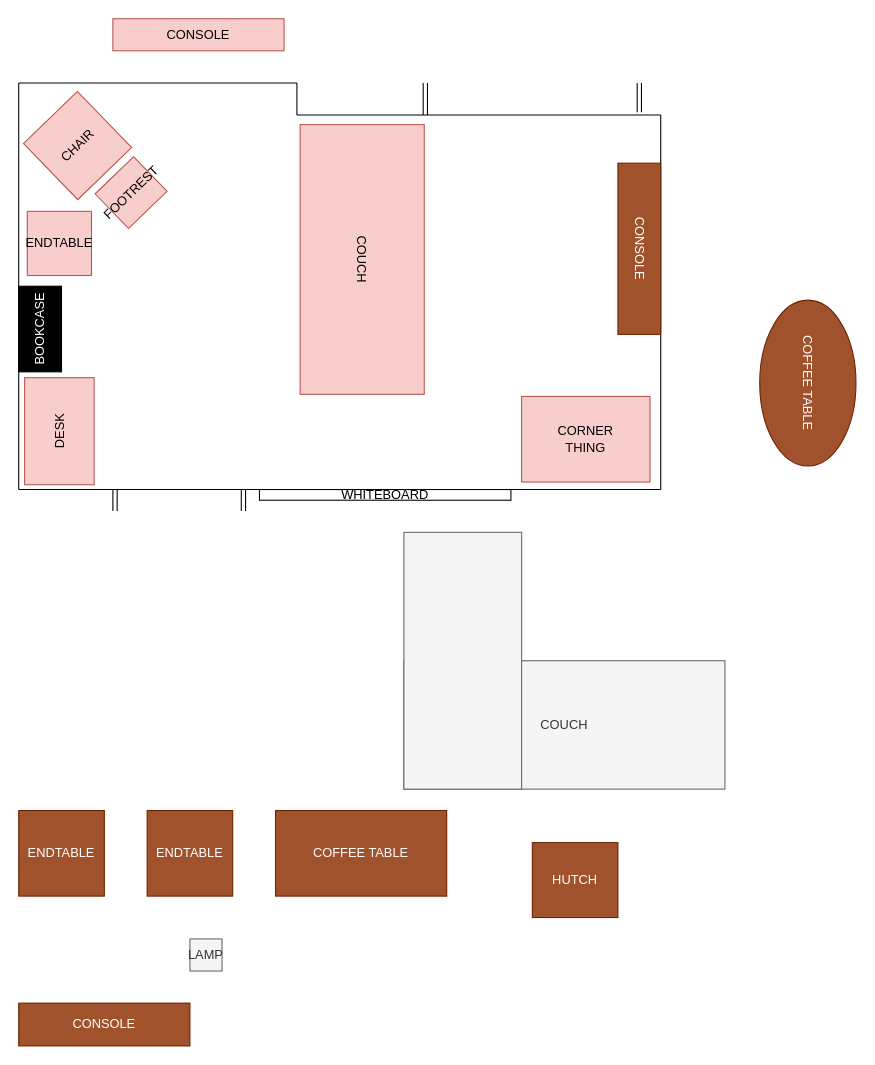
rubenflamshepherd/floorplan_livingroom keeps this draw.io diagram as alternative.drawio. Above is the earlier version. Source tidied: cells renumbered, new cells numbered last; positions are measured from the earlier drawing's top-left corner, leaving out a move shared by most shapes. Both pictures are drawn from the tidied source at 107%, with x=0, y=0 at pixel (-3, 18).
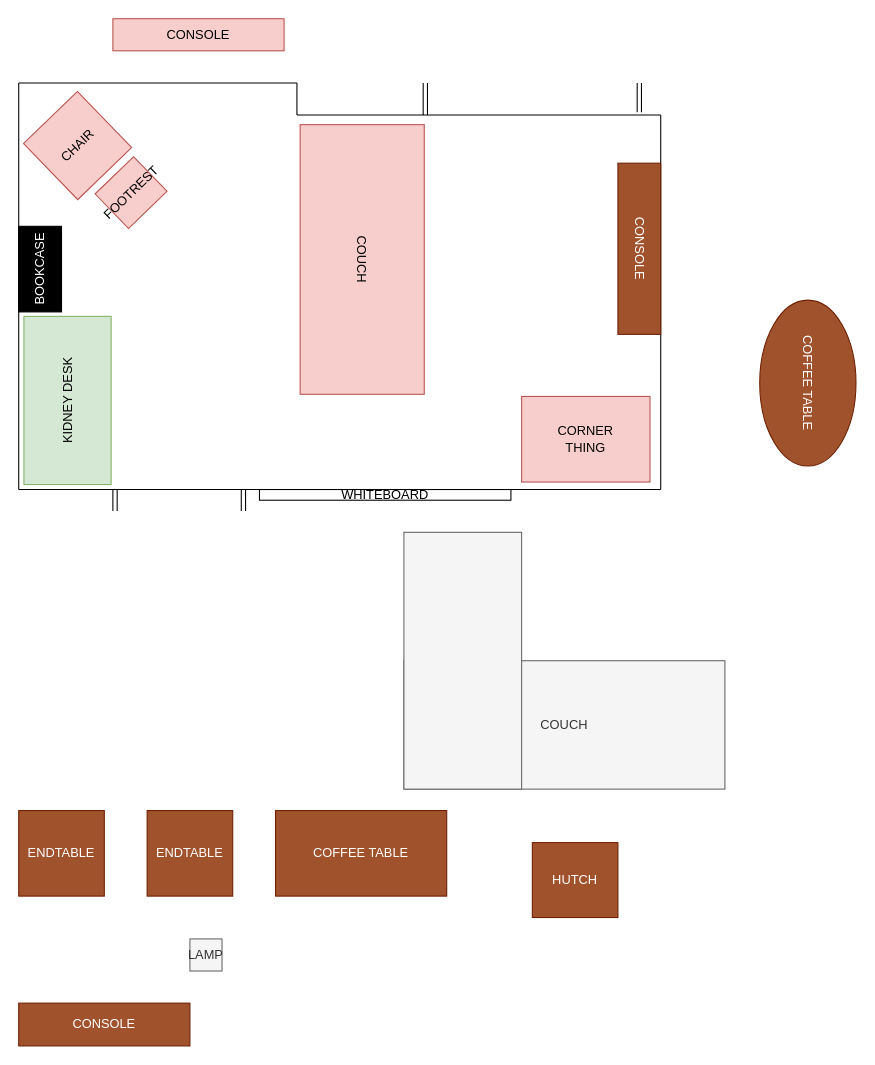
After the change.

The change refers to these unchanged cells:
```xml
<mxCell id="2" style="group;" parent="1" vertex="1">
  <mxGeometry x="20" y="60" width="650" height="530" as="geometry" />
</mxCell>
```

Diff of the diagram source:
```diff
@@
-    <mxCell id="16" value="DESK" style="rounded=0;whiteSpace=wrap;html=1;fillColor=#f8cecc;strokeColor=#b85450;rotation=-90;" parent="2" vertex="1">
-      <mxGeometry x="-12" y="293" width="100" height="65" as="geometry" />
-    </mxCell>
-    <mxCell id="17" value="ENDTABLE" style="rounded=0;whiteSpace=wrap;html=1;fillColor=#f8cecc;strokeColor=#b85450;" parent="2" vertex="1">
-      <mxGeometry x="8" y="120" width="60" height="60" as="geometry" />
-    </mxCell>
     <mxCell id="18" value="&lt;font color=&quot;#ffffff&quot;&gt;BOOKCASE&lt;/font&gt;" style="rounded=0;whiteSpace=wrap;html=1;fillColor=#000000;rotation=-90;" parent="2" vertex="1">
-      <mxGeometry x="-20" y="210" width="80" height="40" as="geometry" />
+      <mxGeometry x="-20" y="154" width="80" height="40" as="geometry" />
     </mxCell>
@@
+    <mxCell id="34" value="KIDNEY DESK" style="rounded=0;whiteSpace=wrap;html=1;fillColor=#d5e8d4;strokeColor=#82b366;rotation=-90;" parent="2" vertex="1">
+      <mxGeometry x="-33" y="256" width="157.2" height="81.5" as="geometry" />
+    </mxCell>
```
